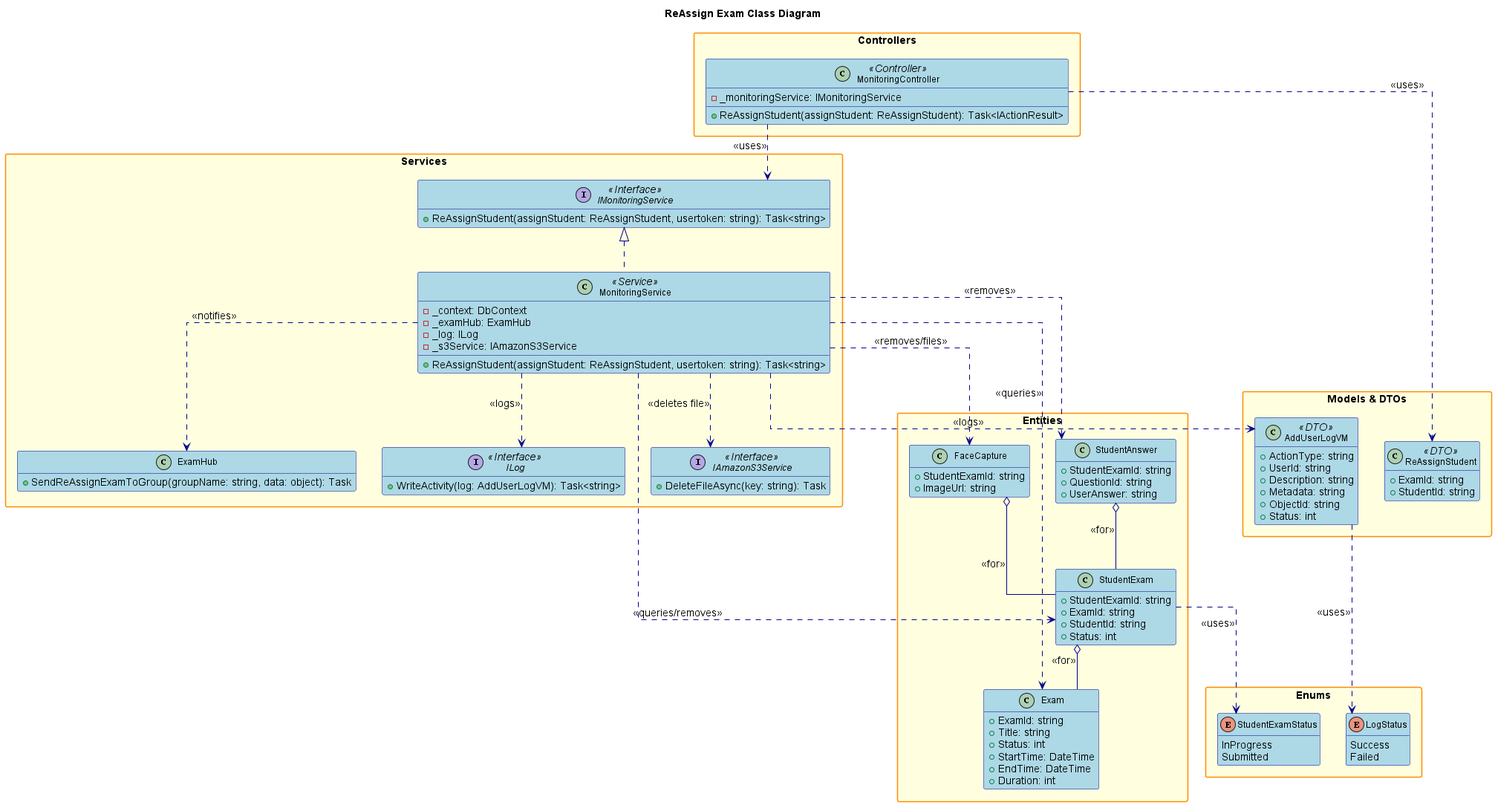
Before: design/out/reassignexam/reassignexam.png, a diagram exported from PlantUML (conghoan1211/AI-Kiosk-Testing-system).
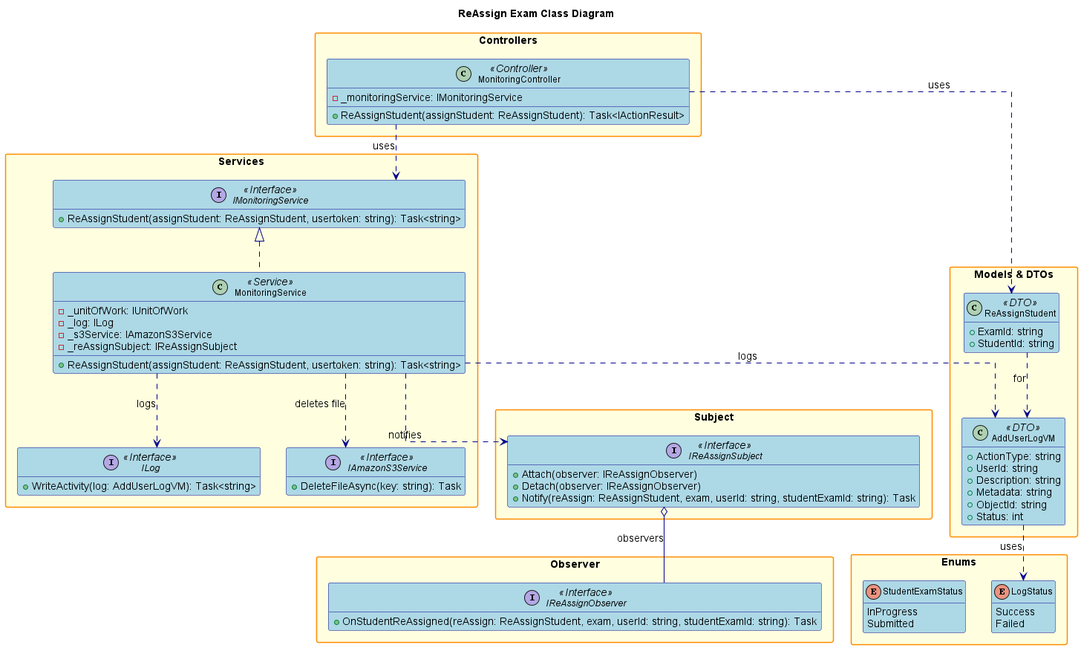
Later version of the same file.

Diff of the diagram source:
```diff
@@ -50,15 +50,29 @@
         + ReAssignStudent(assignStudent: ReAssignStudent, usertoken: string): Task<string>
     }
     class MonitoringService <<Service>> {
-        - _context: DbContext
-        - _examHub: ExamHub
+        - _unitOfWork: IUnitOfWork
         - _log: ILog
         - _s3Service: IAmazonS3Service
+        - _reAssignSubject: IReAssignSubject
         + ReAssignStudent(assignStudent: ReAssignStudent, usertoken: string): Task<string>
     }
-    class ExamHub {
-        + SendReAssignExamToGroup(groupName: string, data: object): Task
+}
+
+package "Subject" {
+    interface IReAssignSubject <<Interface>> {
+        + Attach(observer: IReAssignObserver)
+        + Detach(observer: IReAssignObserver)
+        + Notify(reAssign: ReAssignStudent, exam, userId: string, studentExamId: string): Task
     }
+}
+
+package "Observer" {
+    interface IReAssignObserver <<Interface>> {
+        + OnStudentReAssigned(reAssign: ReAssignStudent, exam, userId: string, studentExamId: string): Task
+    }
+}
+
+package "Services" {
     interface ILog <<Interface>> {
         + WriteActivity(log: AddUserLogVM): Task<string>
     }
@@ -82,32 +96,6 @@
     }
 }
 
-package "Entities" {
-    class Exam {
-        + ExamId: string
-        + Title: string
-        + Status: int
-        + StartTime: DateTime
-        + EndTime: DateTime
-        + Duration: int
-    }
-    class StudentExam {
-        + StudentExamId: string
-        + ExamId: string
-        + StudentId: string
-        + Status: int
-    }
-    class StudentAnswer {
-        + StudentExamId: string
-        + QuestionId: string
-        + UserAnswer: string
-    }
-    class FaceCapture {
-        + StudentExamId: string
-        + ImageUrl: string
-    }
-}
-
 package "Enums" {
     enum LogStatus {
         Success
@@ -119,21 +107,15 @@
     }
 }
 
-MonitoringController ..> IMonitoringService : <<uses>>
-MonitoringController ..> ReAssignStudent : <<uses>>
+MonitoringController ..> IMonitoringService : uses
+MonitoringController ..> ReAssignStudent : uses
 IMonitoringService <|.. MonitoringService
-MonitoringService ..> Exam : <<queries>>
-MonitoringService ..> StudentExam : <<queries/removes>>
-MonitoringService ..> StudentAnswer : <<removes>>
-MonitoringService ..> FaceCapture : <<removes/files>>
-MonitoringService ..> IAmazonS3Service : <<deletes file>>
-MonitoringService ..> ExamHub : <<notifies>>
-MonitoringService ..> ILog : <<logs>>
-MonitoringService ..> AddUserLogVM : <<logs>>
-StudentExam o-- Exam : <<for>>
-StudentAnswer o-- StudentExam : <<for>>
-FaceCapture o-- StudentExam : <<for>>
-AddUserLogVM ..> LogStatus : <<uses>>
-StudentExam ..> StudentExamStatus : <<uses>>
+MonitoringService ..> ILog : logs
+MonitoringService ..> AddUserLogVM : logs
+MonitoringService ..> IAmazonS3Service : deletes file
+MonitoringService ..> IReAssignSubject : notifies
+IReAssignSubject o-- IReAssignObserver : observers
+ReAssignStudent ..> AddUserLogVM : for
+AddUserLogVM ..> LogStatus : uses
 
 @enduml
```
